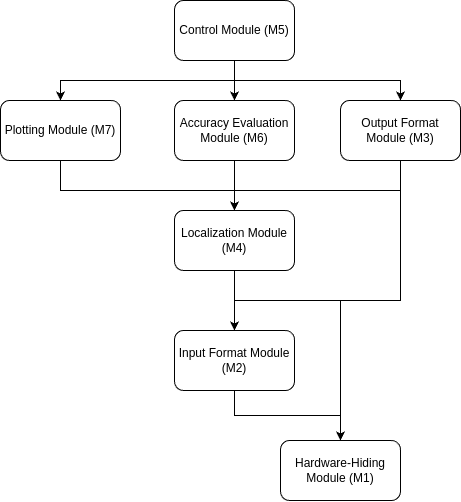
The draw.io diagram docs/Design/SoftArchitecture/UsesHierarchy.png in AliyahJimoh/2D-Localizer, before a commit. Source tidied: cells renumbered, new cells last; positions are measured from the earlier drawing's top-left corner, leaving out a move shared by most shapes.
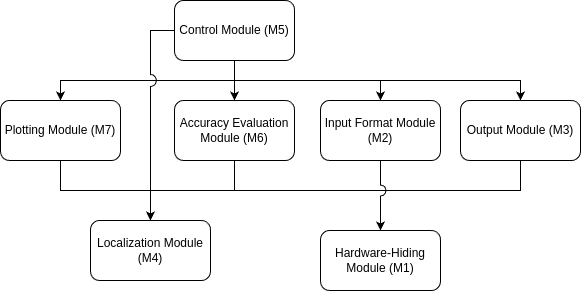
Above is the later version.

What changed in the source:
```diff
@@ -9,7 +9,7 @@
       <mxGeometry relative="1" as="geometry">
         <Array as="points">
           <mxPoint x="234" y="80" />
-          <mxPoint x="400" y="80" />
+          <mxPoint x="520" y="80" />
         </Array>
       </mxGeometry>
     </mxCell>
@@ -21,68 +21,68 @@
         </Array>
       </mxGeometry>
     </mxCell>
+    <mxCell id="19" style="edgeStyle=orthogonalEdgeStyle;rounded=0;jettySize=auto;html=1;entryX=0.5;entryY=0;entryDx=0;entryDy=0;jumpStyle=arc;jumpSize=12;" parent="1" edge="1" source="5" target="14">
+      <mxGeometry relative="1" as="geometry">
+        <Array as="points">
+          <mxPoint x="150" y="30" />
+        </Array>
+      </mxGeometry>
+    </mxCell>
+    <mxCell id="20" style="edgeStyle=orthogonalEdgeStyle;rounded=0;jettySize=auto;html=1;" parent="1" edge="1" source="5" target="10">
+      <mxGeometry relative="1" as="geometry">
+        <Array as="points">
+          <mxPoint x="234" y="80" />
+          <mxPoint x="380" y="80" />
+        </Array>
+      </mxGeometry>
+    </mxCell>
     <mxCell id="5" value="Control Module (M5)" style="rounded=1;whiteSpace=wrap;html=1;" parent="1" vertex="1">
       <mxGeometry x="174" width="120" height="60" as="geometry" />
     </mxCell>
-    <mxCell id="6" style="edgeStyle=orthogonalEdgeStyle;rounded=0;jettySize=auto;html=1;entryX=0.5;entryY=0;entryDx=0;entryDy=0;" parent="1" edge="1" source="9" target="10">
-      <mxGeometry relative="1" as="geometry">
-        <Array as="points">
-          <mxPoint x="400" y="300" />
-          <mxPoint x="234" y="300" />
-        </Array>
-      </mxGeometry>
-    </mxCell>
     <mxCell id="7" style="edgeStyle=orthogonalEdgeStyle;rounded=0;jettySize=auto;html=1;entryX=0.5;entryY=0;entryDx=0;entryDy=0;" parent="1" edge="1" source="9" target="14">
       <mxGeometry relative="1" as="geometry">
         <Array as="points">
-          <mxPoint x="400" y="190" />
-          <mxPoint x="234" y="190" />
+          <mxPoint x="520" y="190" />
+          <mxPoint x="150" y="190" />
         </Array>
       </mxGeometry>
     </mxCell>
-    <mxCell id="8" style="edgeStyle=orthogonalEdgeStyle;rounded=0;jettySize=auto;html=1;" parent="1" edge="1" source="9">
-      <mxGeometry relative="1" as="geometry">
-        <mxPoint x="340" y="440" as="targetPoint" />
-        <Array as="points">
-          <mxPoint x="400" y="300" />
-          <mxPoint x="340" y="300" />
-        </Array>
-      </mxGeometry>
-    </mxCell>
-    <mxCell id="9" value="Output Format Module (M3)" style="rounded=1;whiteSpace=wrap;html=1;" parent="1" vertex="1">
-      <mxGeometry x="340" y="100" width="120" height="60" as="geometry" />
+    <mxCell id="9" value="Output Module (M3)" style="rounded=1;whiteSpace=wrap;html=1;" parent="1" vertex="1">
+      <mxGeometry x="460" y="100" width="120" height="60" as="geometry" />
     </mxCell>
+    <mxCell id="18" style="edgeStyle=orthogonalEdgeStyle;rounded=0;jettySize=auto;html=1;jumpStyle=arc;jumpSize=11;" parent="1" edge="1" source="10" target="15">
+      <mxGeometry relative="1" as="geometry" />
+    </mxCell>
     <mxCell id="10" value="Input Format Module (M2)" style="rounded=1;whiteSpace=wrap;html=1;" parent="1" vertex="1">
-      <mxGeometry x="174" y="330" width="120" height="60" as="geometry" />
+      <mxGeometry x="320" y="100" width="120" height="60" as="geometry" />
     </mxCell>
     <mxCell id="11" style="edgeStyle=orthogonalEdgeStyle;rounded=0;jettySize=auto;html=1;entryX=0.5;entryY=0;entryDx=0;entryDy=0;" parent="1" edge="1" source="12" target="14">
       <mxGeometry relative="1" as="geometry">
         <Array as="points">
           <mxPoint x="60" y="190" />
-          <mxPoint x="234" y="190" />
+          <mxPoint x="150" y="190" />
         </Array>
       </mxGeometry>
     </mxCell>
     <mxCell id="12" value="Plotting Module (M7)" style="rounded=1;whiteSpace=wrap;html=1;" parent="1" vertex="1">
       <mxGeometry y="100" width="120" height="60" as="geometry" />
     </mxCell>
-    <mxCell id="13" style="edgeStyle=orthogonalEdgeStyle;rounded=0;jettySize=auto;html=1;" parent="1" edge="1" source="14" target="10">
-      <mxGeometry relative="1" as="geometry" />
-    </mxCell>
     <mxCell id="14" value="Localization Module (M4)" style="rounded=1;whiteSpace=wrap;html=1;" parent="1" vertex="1">
-      <mxGeometry x="174" y="210" width="120" height="60" as="geometry" />
+      <mxGeometry x="90" y="220" width="120" height="60" as="geometry" />
     </mxCell>
     <mxCell id="15" value="Hardware-Hiding Module (M1)" style="rounded=1;whiteSpace=wrap;html=1;" parent="1" vertex="1">
-      <mxGeometry x="280" y="440" width="120" height="60" as="geometry" />
+      <mxGeometry x="320" y="230" width="120" height="60" as="geometry" />
     </mxCell>
     <mxCell id="16" style="edgeStyle=orthogonalEdgeStyle;rounded=0;jettySize=auto;html=1;" parent="1" edge="1" source="17" target="14">
-      <mxGeometry relative="1" as="geometry" />
+      <mxGeometry relative="1" as="geometry">
+        <Array as="points">
+          <mxPoint x="234" y="190" />
+          <mxPoint x="150" y="190" />
+        </Array>
+      </mxGeometry>
     </mxCell>
     <mxCell id="17" value="Accuracy Evaluation Module (M6)" style="rounded=1;whiteSpace=wrap;html=1;" parent="1" vertex="1">
       <mxGeometry x="174" y="100" width="120" height="60" as="geometry" />
     </mxCell>
-    <mxCell id="18" style="edgeStyle=orthogonalEdgeStyle;rounded=0;jettySize=auto;html=1;entryX=0.5;entryY=0;entryDx=0;entryDy=0;" parent="1" edge="1" source="10" target="15">
-      <mxGeometry relative="1" as="geometry" />
-    </mxCell>
   </root>
 </mxGraphModel>
```
